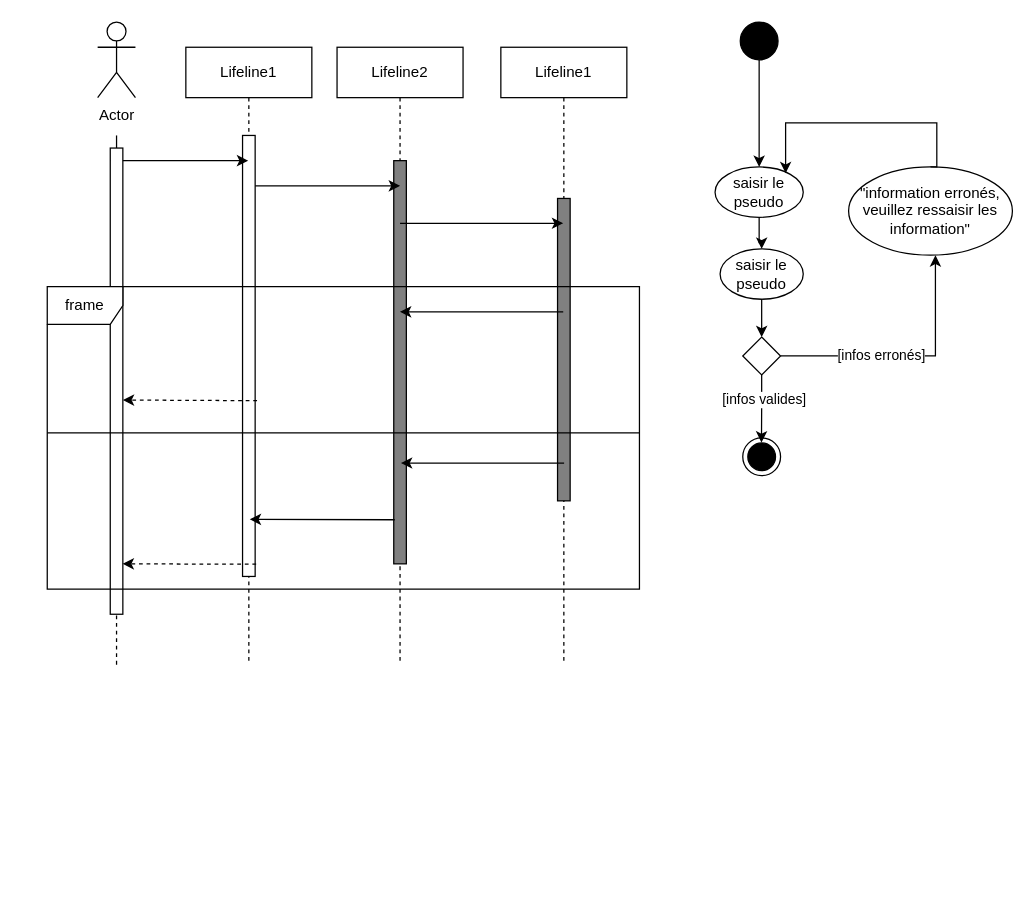
This is LOGIN seq/act.drawio from the-lyly/Spotlight-in, a draw.io file, before an edit. Source tidied: cells renumbered, new cells numbered last; positions are measured from the earlier drawing's top-left corner, leaving out a move shared by most shapes. Both pictures are drawn from the tidied source at 126%, with x=0, y=0 at pixel (47, 21).
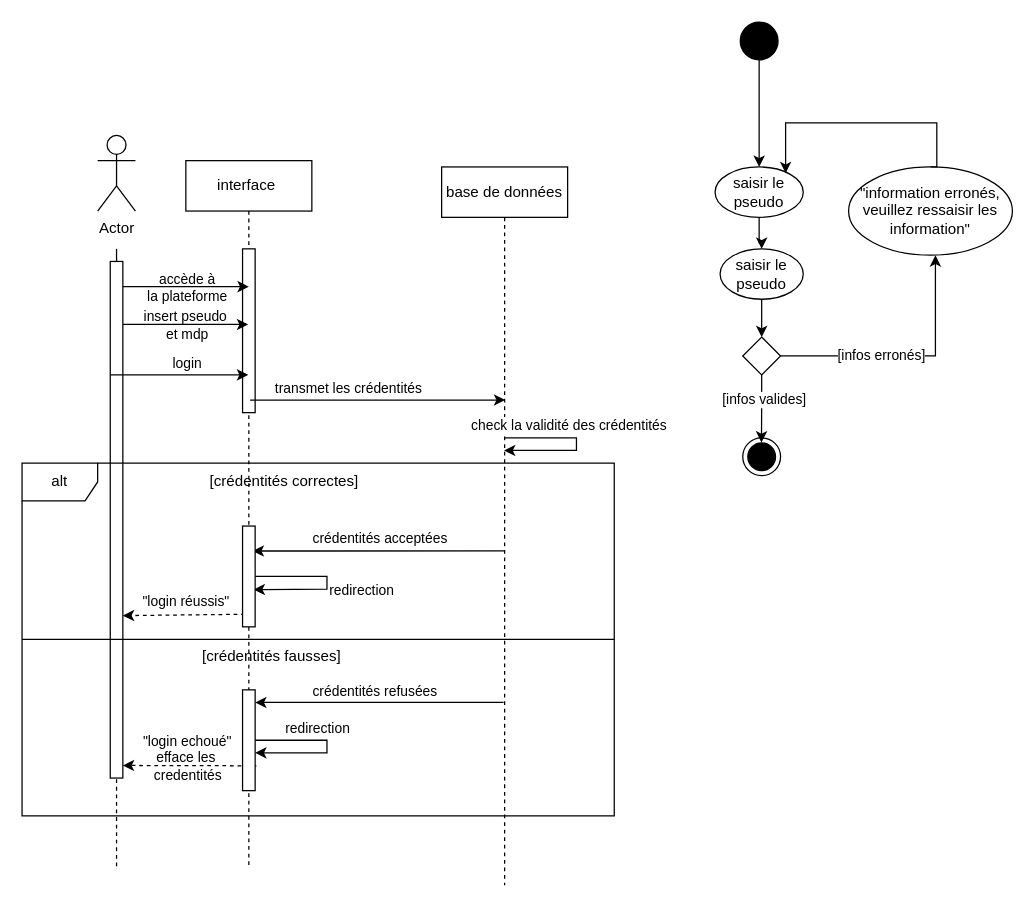
After the change.

Commit message:
Mettre à jour LOGIN seq/act.drawio

The edit, as a diff of the source:
```diff
@@
     <mxCell id="16" value="Actor" style="shape=umlActor;verticalLabelPosition=bottom;verticalAlign=top;html=1;" parent="1" vertex="1">
-      <mxGeometry x="40" width="30" height="60" as="geometry" />
+      <mxGeometry x="40" y="90" width="30" height="60" as="geometry" />
     </mxCell>
-    <mxCell id="17" value="Lifeline2" style="shape=umlLifeline;perimeter=lifelinePerimeter;whiteSpace=wrap;html=1;outlineConnect=0;portConstraint=eastwest;newEdgeStyle={&quot;edgeStyle&quot;:&quot;elbowEdgeStyle&quot;,&quot;elbow&quot;:&quot;vertical&quot;,&quot;curved&quot;:0,&quot;rounded&quot;:0};" parent="1" vertex="1">
-      <mxGeometry x="230" y="20" width="100" height="490" as="geometry" />
+    <mxCell id="17" value="base de données" style="shape=umlLifeline;perimeter=lifelinePerimeter;whiteSpace=wrap;html=1;outlineConnect=0;portConstraint=eastwest;newEdgeStyle={&quot;edgeStyle&quot;:&quot;elbowEdgeStyle&quot;,&quot;elbow&quot;:&quot;vertical&quot;,&quot;curved&quot;:0,&quot;rounded&quot;:0};" parent="1" vertex="1">
+      <mxGeometry x="313" y="115" width="100" height="570" as="geometry" />
     </mxCell>
-    <mxCell id="18" style="html=1;perimeter=orthogonalPerimeter;targetShapes=umlLifeline;newEdgeStyle={&quot;curved&quot;:0,&quot;rounded&quot;:0};fillColor=#808080;" parent="17" vertex="1">
-      <mxGeometry x="45" y="90" width="10" height="320" as="geometry" />
-    </mxCell>
-    <mxCell id="19" value="Lifeline1" style="shape=umlLifeline;perimeter=lifelinePerimeter;whiteSpace=wrap;html=1;outlineConnect=0;portConstraint=eastwest;newEdgeStyle={&quot;edgeStyle&quot;:&quot;elbowEdgeStyle&quot;,&quot;elbow&quot;:&quot;vertical&quot;,&quot;curved&quot;:0,&quot;rounded&quot;:0};" parent="1" vertex="1">
-      <mxGeometry x="110" y="20" width="100" height="490" as="geometry" />
+    <mxCell id="19" value="interface&amp;nbsp;" style="shape=umlLifeline;perimeter=lifelinePerimeter;whiteSpace=wrap;html=1;outlineConnect=0;portConstraint=eastwest;newEdgeStyle={&quot;edgeStyle&quot;:&quot;elbowEdgeStyle&quot;,&quot;elbow&quot;:&quot;vertical&quot;,&quot;curved&quot;:0,&quot;rounded&quot;:0};" parent="1" vertex="1">
+      <mxGeometry x="110" y="110" width="100" height="560" as="geometry" />
     </mxCell>
     <mxCell id="20" style="html=1;points=[[0,0,0,0,5],[0,1,0,0,-5],[1,0,0,0,5],[1,1,0,0,-5]];perimeter=orthogonalPerimeter;outlineConnect=0;targetShapes=umlLifeline;portConstraint=eastwest;newEdgeStyle={&quot;curved&quot;:0,&quot;rounded&quot;:0};" parent="19" vertex="1">
-      <mxGeometry x="45" y="70" width="10" height="350" as="geometry" />
+      <mxGeometry x="45" y="70" width="10" height="130" as="geometry" />
     </mxCell>
-    <mxCell id="21" value="Lifeline1" style="shape=umlLifeline;perimeter=lifelinePerimeter;whiteSpace=wrap;html=1;outlineConnect=0;portConstraint=eastwest;newEdgeStyle={&quot;edgeStyle&quot;:&quot;elbowEdgeStyle&quot;,&quot;elbow&quot;:&quot;vertical&quot;,&quot;curved&quot;:0,&quot;rounded&quot;:0};" parent="1" vertex="1">
-      <mxGeometry x="360" y="20" width="100" height="490" as="geometry" />
-    </mxCell>
-    <mxCell id="22" style="html=1;perimeter=orthogonalPerimeter;targetShapes=umlLifeline;newEdgeStyle={&quot;curved&quot;:0,&quot;rounded&quot;:0};fillColor=#808080;" parent="21" vertex="1">
-      <mxGeometry x="45" y="120" width="10" height="240" as="geometry" />
-    </mxCell>
     <mxCell id="23" style="endArrow=none;html=1;rounded=0;" parent="1" edge="1" source="31">
       <mxGeometry relative="1" as="geometry">
-        <mxPoint x="55" y="90" as="targetPoint" />
+        <mxPoint x="55" y="180" as="targetPoint" />
       </mxGeometry>
     </mxCell>
-    <mxCell id="24" style="endArrow=classic;html=1;rounded=0;" parent="1" edge="1" target="19">
+    <mxCell id="24" style="endArrow=classic;html=1;rounded=0;" parent="1" edge="1">
       <mxGeometry relative="1" as="geometry">
-        <mxPoint x="50" y="110" as="sourcePoint" />
+        <mxPoint x="50" y="240" as="sourcePoint" />
+        <mxPoint x="159.5" y="240" as="targetPoint" />
       </mxGeometry>
     </mxCell>
+    <mxCell id="37" value="insert pseudo&amp;nbsp;&lt;div&gt;et mdp&lt;/div&gt;" style="edgeLabel;html=1;align=center;verticalAlign=middle;labelBackgroundColor=none;" parent="24" vertex="1">
+      <mxGeometry x="0.09" y="-3" relative="1" as="geometry">
+        <mxPoint y="-3" as="offset" />
+      </mxGeometry>
+    </mxCell>
-    <mxCell id="25" style="endArrow=classic;html=1;rounded=0;" parent="1" edge="1" source="20">
+    <mxCell id="25" style="endArrow=classic;html=1;rounded=0;" parent="1" edge="1">
       <mxGeometry relative="1" as="geometry">
-        <mxPoint x="280" y="130" as="targetPoint" />
+        <mxPoint x="161" y="300" as="sourcePoint" />
+        <mxPoint x="363.5" y="300" as="targetPoint" />
       </mxGeometry>
     </mxCell>
-    <mxCell id="26" style="endArrow=classic;html=1;rounded=0;" parent="1" edge="1" target="21">
-      <mxGeometry relative="1" as="geometry">
-        <mxPoint x="280" y="159.7" as="sourcePoint" />
-      </mxGeometry>
-    </mxCell>
-    <mxCell id="27" style="endArrow=classic;html=1;rounded=0;" parent="1" edge="1">
-      <mxGeometry relative="1" as="geometry">
-        <mxPoint x="409.5" y="230" as="sourcePoint" />
-        <mxPoint x="279.9" y="230" as="targetPoint" />
-      </mxGeometry>
-    </mxCell>
+    <mxCell id="38" value="transmet les crédentités" style="edgeLabel;html=1;align=center;verticalAlign=middle;" parent="25" vertex="1">
+      <mxGeometry x="-0.39" y="-4" relative="1" as="geometry">
+        <mxPoint x="15" y="-14" as="offset" />
+      </mxGeometry>
+    </mxCell>
     <mxCell id="28" style="endArrow=classic;html=1;rounded=0;strokeColor=none;" parent="1" edge="1">
       <mxGeometry relative="1" as="geometry">
-        <mxPoint x="275" y="264.4" as="sourcePoint" />
-        <mxPoint x="160" y="264.4" as="targetPoint" />
+        <mxPoint x="275" y="354.4" as="sourcePoint" />
+        <mxPoint x="160" y="354.4" as="targetPoint" />
       </mxGeometry>
     </mxCell>
-    <mxCell id="29" style="endArrow=classic;html=1;rounded=0;entryX=0.851;entryY=0.567;entryDx=0;entryDy=0;entryPerimeter=0;dashed=1;" parent="1" edge="1">
+    <mxCell id="29" style="endArrow=classic;html=1;rounded=0;entryX=0.963;entryY=0.565;entryDx=0;entryDy=0;entryPerimeter=0;dashed=1;" parent="1" edge="1">
       <mxGeometry relative="1" as="geometry">
-        <mxPoint x="166.5" y="300.5" as="sourcePoint" />
-        <mxPoint x="60" y="300" as="targetPoint" />
+        <mxPoint x="156.9" y="470" as="sourcePoint" />
+        <mxPoint x="60" y="471.1" as="targetPoint" />
       </mxGeometry>
     </mxCell>
+    <mxCell id="39" value="&quot;login réussis&quot;" style="edgeLabel;html=1;align=center;verticalAlign=middle;" parent="29" vertex="1">
+      <mxGeometry x="-0.06" y="1" relative="1" as="geometry">
+        <mxPoint x="-1" y="-12" as="offset" />
+      </mxGeometry>
+    </mxCell>
     <mxCell id="30" style="endArrow=none;html=1;rounded=0;dashed=1;" parent="1" edge="1" target="31">
       <mxGeometry relative="1" as="geometry">
-        <mxPoint x="55" y="510" as="sourcePoint" />
+        <mxPoint x="55" y="670" as="sourcePoint" />
       </mxGeometry>
     </mxCell>
     <mxCell id="31" style="rounded=0;whiteSpace=wrap;html=1;" parent="1" vertex="1">
-      <mxGeometry x="50" y="100" width="10" height="370" as="geometry" />
+      <mxGeometry x="50" y="190" width="10" height="410" as="geometry" />
     </mxCell>
     <mxCell id="32" style="endArrow=classic;html=1;rounded=0;entryX=0.851;entryY=0.567;entryDx=0;entryDy=0;entryPerimeter=0;dashed=1;" parent="1" edge="1">
       <mxGeometry relative="1" as="geometry">
-        <mxPoint x="165.8" y="430.3" as="sourcePoint" />
-        <mxPoint x="59.8" y="430" as="targetPoint" />
+        <mxPoint x="166" y="590.3" as="sourcePoint" />
+        <mxPoint x="60" y="590" as="targetPoint" />
       </mxGeometry>
     </mxCell>
+    <mxCell id="40" value="&quot;login echoué&quot;" style="edgeLabel;html=1;align=center;verticalAlign=middle;" parent="32" vertex="1">
+      <mxGeometry x="-0.01" y="-3" relative="1" as="geometry">
+        <mxPoint x="-4" y="-17" as="offset" />
+      </mxGeometry>
+    </mxCell>
+    <mxCell id="41" value="efface les&lt;br&gt;&amp;nbsp;credentités" style="edgeLabel;html=1;align=center;verticalAlign=middle;labelBackgroundColor=none;" parent="32" vertex="1">
+      <mxGeometry x="0.12" y="1" relative="1" as="geometry">
+        <mxPoint x="3" y="-1" as="offset" />
+      </mxGeometry>
+    </mxCell>
     <mxCell id="33" style="endArrow=classic;html=1;rounded=0;" parent="1" edge="1">
       <mxGeometry relative="1" as="geometry">
-        <mxPoint x="275.8" y="395" as="sourcePoint" />
-        <mxPoint x="160.7" y="394.7" as="targetPoint" />
+        <mxPoint x="362.2" y="540" as="sourcePoint" />
+        <mxPoint x="165" y="540" as="targetPoint" />
       </mxGeometry>
     </mxCell>
-    <mxCell id="34" style="endArrow=classic;html=1;rounded=0;" parent="1" edge="1">
-      <mxGeometry relative="1" as="geometry">
-        <mxPoint x="410.2" y="350" as="sourcePoint" />
-        <mxPoint x="280.7" y="350" as="targetPoint" />
-      </mxGeometry>
-    </mxCell>
+    <mxCell id="42" value="crédentités refusées" style="edgeLabel;html=1;align=center;verticalAlign=middle;labelBackgroundColor=none;" parent="33" vertex="1">
+      <mxGeometry x="0.07" y="1" relative="1" as="geometry">
+        <mxPoint x="3" y="-11" as="offset" />
+      </mxGeometry>
+    </mxCell>
-    <mxCell id="35" value="frame" style="shape=umlFrame;whiteSpace=wrap;html=1;" parent="1" vertex="1">
-      <mxGeometry y="210" width="470" height="240" as="geometry" />
+    <mxCell id="35" value="alt" style="shape=umlFrame;whiteSpace=wrap;html=1;" parent="1" vertex="1">
+      <mxGeometry x="-20" y="350" width="470" height="280" as="geometry" />
     </mxCell>
     <mxCell id="36" style="line;strokeWidth=1;fillColor=none;align=left;verticalAlign=middle;spacingTop=-1;spacingLeft=3;spacingRight=3;labelPosition=right;strokeColor=inherit;" parent="1" vertex="1">
-      <mxGeometry y="322" width="470" height="8" as="geometry" />
+      <mxGeometry x="-20" y="461" width="470" height="58" as="geometry" />
     </mxCell>
+    <mxCell id="43" style="endArrow=classic;html=1;rounded=0;exitX=0.2;exitY=0.184;exitDx=0;exitDy=0;exitPerimeter=0;" parent="1" edge="1">
+      <mxGeometry relative="1" as="geometry">
+        <mxPoint x="363" y="419.7" as="sourcePoint" />
+        <mxPoint x="163" y="419.8" as="targetPoint" />
+        <Array as="points">
+          <mxPoint x="212.2" y="419.8" />
+        </Array>
+      </mxGeometry>
+    </mxCell>
+    <mxCell id="44" value="crédentités acceptées" style="edgeLabel;html=1;align=center;verticalAlign=middle;" parent="43" vertex="1">
+      <mxGeometry x="-0.01" y="-2" relative="1" as="geometry">
+        <mxPoint y="-8" as="offset" />
+      </mxGeometry>
+    </mxCell>
+    <mxCell id="45" style="endArrow=classic;html=1;rounded=0;" parent="1" edge="1">
+      <mxGeometry relative="1" as="geometry">
+        <mxPoint x="60" y="210" as="sourcePoint" />
+        <mxPoint x="160" y="210" as="targetPoint" />
+      </mxGeometry>
+    </mxCell>
+    <mxCell id="46" value="accède à &lt;br&gt;la plateforme" style="edgeLabel;html=1;align=center;verticalAlign=middle;labelBackgroundColor=none;" parent="45" vertex="1">
+      <mxGeometry x="0.09" y="-3" relative="1" as="geometry">
+        <mxPoint x="-5" y="-3" as="offset" />
+      </mxGeometry>
+    </mxCell>
+    <mxCell id="47" style="endArrow=classic;html=1;rounded=0;" parent="1" edge="1">
+      <mxGeometry relative="1" as="geometry">
+        <mxPoint x="50" y="280" as="sourcePoint" />
+        <mxPoint x="159.5" y="280" as="targetPoint" />
+      </mxGeometry>
+    </mxCell>
+    <mxCell id="48" value="login" style="edgeLabel;html=1;align=center;verticalAlign=middle;labelBackgroundColor=none;" parent="47" vertex="1">
+      <mxGeometry x="0.09" y="-3" relative="1" as="geometry">
+        <mxPoint y="-13" as="offset" />
+      </mxGeometry>
+    </mxCell>
+    <mxCell id="49" style="endArrow=classic;html=1;rounded=0;" parent="1" edge="1" source="17" target="17">
+      <mxGeometry relative="1" as="geometry">
+        <Array as="points">
+          <mxPoint x="420" y="330" />
+          <mxPoint x="420" y="340" />
+        </Array>
+      </mxGeometry>
+    </mxCell>
+    <mxCell id="50" value="check la validité des crédentités" style="edgeLabel;html=1;align=center;verticalAlign=middle;" parent="49" vertex="1">
+      <mxGeometry x="0.06" y="-2" relative="1" as="geometry">
+        <mxPoint x="-5" y="-19" as="offset" />
+      </mxGeometry>
+    </mxCell>
+    <mxCell id="51" style="endArrow=classic;html=1;rounded=0;entryX=0.877;entryY=0.631;entryDx=0;entryDy=0;entryPerimeter=0;" parent="1" edge="1" target="55">
+      <mxGeometry relative="1" as="geometry">
+        <mxPoint x="165" y="440" as="sourcePoint" />
+        <Array as="points">
+          <mxPoint x="222" y="440" />
+          <mxPoint x="222" y="450" />
+        </Array>
+      </mxGeometry>
+    </mxCell>
+    <mxCell id="52" value="redirection&amp;nbsp;" style="edgeLabel;html=1;align=center;verticalAlign=middle;" parent="51" vertex="1">
+      <mxGeometry x="0.06" y="-2" relative="1" as="geometry">
+        <mxPoint x="30" y="1" as="offset" />
+      </mxGeometry>
+    </mxCell>
+    <mxCell id="53" style="endArrow=classic;html=1;rounded=0;" parent="1" edge="1">
+      <mxGeometry relative="1" as="geometry">
+        <mxPoint x="165" y="570" as="sourcePoint" />
+        <mxPoint x="165" y="580" as="targetPoint" />
+        <Array as="points">
+          <mxPoint x="222" y="570" />
+          <mxPoint x="222" y="580" />
+        </Array>
+      </mxGeometry>
+    </mxCell>
+    <mxCell id="54" value="redirection&amp;nbsp;" style="edgeLabel;html=1;align=center;verticalAlign=middle;" parent="53" vertex="1">
+      <mxGeometry x="0.06" y="-2" relative="1" as="geometry">
+        <mxPoint x="-5" y="-19" as="offset" />
+      </mxGeometry>
+    </mxCell>
+    <mxCell id="55" style="rounded=0;whiteSpace=wrap;html=1;" parent="1" vertex="1">
+      <mxGeometry x="155" y="400" width="10" height="80" as="geometry" />
+    </mxCell>
+    <mxCell id="56" style="rounded=0;whiteSpace=wrap;html=1;" parent="1" vertex="1">
+      <mxGeometry x="155" y="530" width="10" height="80" as="geometry" />
+    </mxCell>
+    <mxCell id="57" value="[crédentités correctes]&amp;nbsp;" style="text;html=1;whiteSpace=wrap;strokeColor=none;fillColor=none;align=center;verticalAlign=middle;rounded=0;" parent="1" vertex="1">
+      <mxGeometry x="120" y="350" width="140" height="30" as="geometry" />
+    </mxCell>
+    <mxCell id="58" value="[crédentités fausses]&amp;nbsp;" style="text;html=1;whiteSpace=wrap;strokeColor=none;fillColor=none;align=center;verticalAlign=middle;rounded=0;" parent="1" vertex="1">
+      <mxGeometry x="120" y="489" width="120" height="30" as="geometry" />
+    </mxCell>
```
